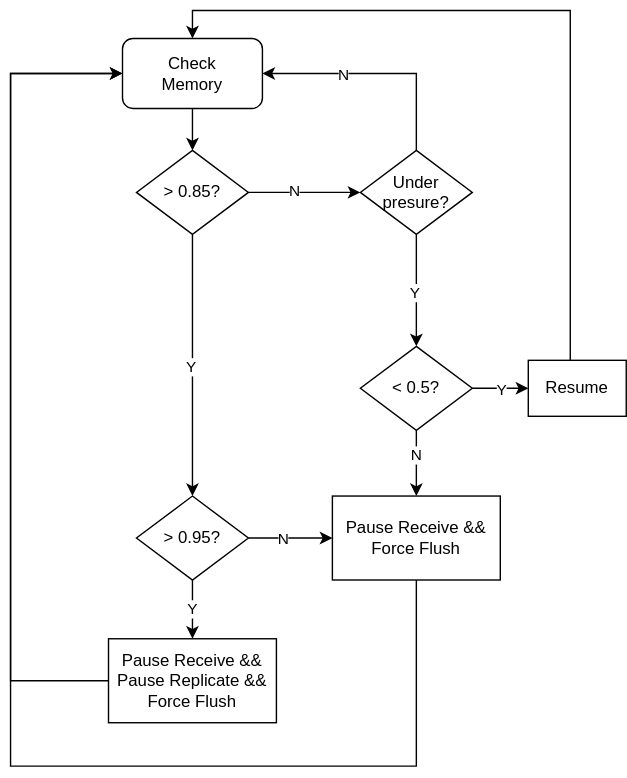
Earlier version of the draw.io export docs/assets/img/backpressure.svg (apache/celeborn). Source tidied: cells renumbered, new cells last; positions are measured from the earlier drawing's top-left corner, leaving out a move shared by most shapes. Its diagram source:
```xml
<mxGraphModel>
  <root>
    <mxCell id="0" />
    <mxCell id="1" parent="0" />
    <mxCell id="2" style="edgeStyle=orthogonalEdgeStyle;rounded=0;jettySize=auto;html=1;exitX=0.5;exitY=1;exitDx=0;exitDy=0;entryX=0.5;entryY=0;entryDx=0;entryDy=0;" parent="1" edge="1" source="3" target="8">
      <mxGeometry relative="1" as="geometry" />
    </mxCell>
    <mxCell id="3" value="Check&lt;br&gt;Memory" style="rounded=1;whiteSpace=wrap;html=1;" parent="1" vertex="1">
      <mxGeometry x="80" y="20" width="100" height="50" as="geometry" />
    </mxCell>
    <mxCell id="4" style="edgeStyle=orthogonalEdgeStyle;rounded=0;jettySize=auto;html=1;entryX=0.5;entryY=0;entryDx=0;entryDy=0;" parent="1" edge="1" source="8" target="13">
      <mxGeometry relative="1" as="geometry" />
    </mxCell>
    <mxCell id="5" value="Y" style="edgeLabel;html=1;align=center;verticalAlign=middle;" parent="4" vertex="1">
      <mxGeometry y="-2" relative="1" as="geometry" />
    </mxCell>
    <mxCell id="6" style="edgeStyle=orthogonalEdgeStyle;rounded=0;jettySize=auto;html=1;" parent="1" edge="1" source="8" target="20">
      <mxGeometry relative="1" as="geometry" />
    </mxCell>
    <mxCell id="7" value="N" style="edgeLabel;html=1;align=center;verticalAlign=middle;" parent="6" vertex="1">
      <mxGeometry x="-0.2" y="2" relative="1" as="geometry" />
    </mxCell>
    <mxCell id="8" value="&amp;gt; 0.85?" style="rhombus;whiteSpace=wrap;html=1;" parent="1" vertex="1">
      <mxGeometry x="90" y="100" width="80" height="60" as="geometry" />
    </mxCell>
    <mxCell id="9" style="edgeStyle=orthogonalEdgeStyle;rounded=0;jettySize=auto;html=1;" parent="1" edge="1" source="13" target="15">
      <mxGeometry relative="1" as="geometry" />
    </mxCell>
    <mxCell id="10" value="Y" style="edgeLabel;html=1;align=center;verticalAlign=middle;" parent="9" vertex="1">
      <mxGeometry x="-0.02" y="1" relative="1" as="geometry">
        <mxPoint x="-2" as="offset" />
      </mxGeometry>
    </mxCell>
    <mxCell id="11" style="edgeStyle=orthogonalEdgeStyle;rounded=0;jettySize=auto;html=1;entryX=0;entryY=0.5;entryDx=0;entryDy=0;" parent="1" edge="1" source="13" target="27">
      <mxGeometry relative="1" as="geometry" />
    </mxCell>
    <mxCell id="12" value="N" style="edgeLabel;html=1;align=center;verticalAlign=middle;" parent="11" vertex="1">
      <mxGeometry x="-0.2" y="-2" relative="1" as="geometry">
        <mxPoint y="-2" as="offset" />
      </mxGeometry>
    </mxCell>
    <mxCell id="13" value="&amp;gt; 0.95?" style="rhombus;whiteSpace=wrap;html=1;" parent="1" vertex="1">
      <mxGeometry x="90" y="347" width="80" height="60" as="geometry" />
    </mxCell>
    <mxCell id="14" style="edgeStyle=orthogonalEdgeStyle;rounded=0;jettySize=auto;html=1;entryX=0;entryY=0.5;entryDx=0;entryDy=0;exitX=0;exitY=0.5;exitDx=0;exitDy=0;" parent="1" edge="1" source="15" target="3">
      <mxGeometry relative="1" as="geometry">
        <Array as="points">
          <mxPoint y="479" />
          <mxPoint y="45" />
        </Array>
      </mxGeometry>
    </mxCell>
    <mxCell id="15" value="Pause Receive &amp;amp;&amp;amp;&lt;br&gt;Pause Replicate &amp;amp;&amp;amp;&lt;br&gt;Force Flush" style="whiteSpace=wrap;html=1;" parent="1" vertex="1">
      <mxGeometry x="70" y="449" width="120" height="60" as="geometry" />
    </mxCell>
    <mxCell id="16" style="edgeStyle=orthogonalEdgeStyle;rounded=0;jettySize=auto;html=1;" parent="1" edge="1" source="20" target="25">
      <mxGeometry relative="1" as="geometry" />
    </mxCell>
    <mxCell id="17" value="Y" style="edgeLabel;html=1;align=center;verticalAlign=middle;" parent="16" vertex="1">
      <mxGeometry x="0.03" y="-2" relative="1" as="geometry" />
    </mxCell>
    <mxCell id="18" style="edgeStyle=orthogonalEdgeStyle;rounded=0;jettySize=auto;html=1;entryX=1;entryY=0.5;entryDx=0;entryDy=0;" parent="1" edge="1" source="20" target="3">
      <mxGeometry relative="1" as="geometry">
        <Array as="points">
          <mxPoint x="290" y="45" />
        </Array>
      </mxGeometry>
    </mxCell>
    <mxCell id="19" value="N" style="edgeLabel;html=1;align=center;verticalAlign=middle;" parent="18" vertex="1">
      <mxGeometry x="0.31" y="4" relative="1" as="geometry">
        <mxPoint y="-4" as="offset" />
      </mxGeometry>
    </mxCell>
    <mxCell id="20" value="Under&lt;br&gt;presure?" style="rhombus;whiteSpace=wrap;html=1;" parent="1" vertex="1">
      <mxGeometry x="250" y="100" width="80" height="60" as="geometry" />
    </mxCell>
    <mxCell id="21" style="edgeStyle=orthogonalEdgeStyle;rounded=0;jettySize=auto;html=1;" parent="1" edge="1" source="25" target="27">
      <mxGeometry relative="1" as="geometry" />
    </mxCell>
    <mxCell id="22" value="N" style="edgeLabel;html=1;align=center;verticalAlign=middle;" parent="21" vertex="1">
      <mxGeometry x="-0.28" y="-4" relative="1" as="geometry">
        <mxPoint x="3" as="offset" />
      </mxGeometry>
    </mxCell>
    <mxCell id="23" style="edgeStyle=orthogonalEdgeStyle;rounded=0;jettySize=auto;html=1;" parent="1" edge="1" source="25" target="29">
      <mxGeometry relative="1" as="geometry" />
    </mxCell>
    <mxCell id="24" value="Y" style="edgeLabel;html=1;align=center;verticalAlign=middle;" parent="23" vertex="1">
      <mxGeometry x="-0.64" y="-1" relative="1" as="geometry">
        <mxPoint x="13" y="-1" as="offset" />
      </mxGeometry>
    </mxCell>
    <mxCell id="25" value="&amp;lt; 0.5?" style="rhombus;whiteSpace=wrap;html=1;" parent="1" vertex="1">
      <mxGeometry x="250" y="240" width="80" height="60" as="geometry" />
    </mxCell>
    <mxCell id="26" style="edgeStyle=orthogonalEdgeStyle;rounded=0;jettySize=auto;html=1;entryX=0;entryY=0.5;entryDx=0;entryDy=0;" parent="1" edge="1" source="27" target="3">
      <mxGeometry relative="1" as="geometry">
        <Array as="points">
          <mxPoint x="290" y="540" />
          <mxPoint y="540" />
          <mxPoint y="45" />
        </Array>
      </mxGeometry>
    </mxCell>
    <mxCell id="27" value="Pause Receive &amp;amp;&amp;amp;&lt;br&gt;Force Flush" style="whiteSpace=wrap;html=1;" parent="1" vertex="1">
      <mxGeometry x="230" y="347" width="120" height="60" as="geometry" />
    </mxCell>
    <mxCell id="28" style="edgeStyle=orthogonalEdgeStyle;rounded=0;jettySize=auto;html=1;entryX=0.5;entryY=0;entryDx=0;entryDy=0;" parent="1" edge="1" source="29" target="3">
      <mxGeometry relative="1" as="geometry">
        <Array as="points">
          <mxPoint x="400" />
          <mxPoint x="130" />
        </Array>
      </mxGeometry>
    </mxCell>
    <mxCell id="29" value="Resume" style="whiteSpace=wrap;html=1;" parent="1" vertex="1">
      <mxGeometry x="370" y="250" width="70" height="40" as="geometry" />
    </mxCell>
  </root>
</mxGraphModel>
```
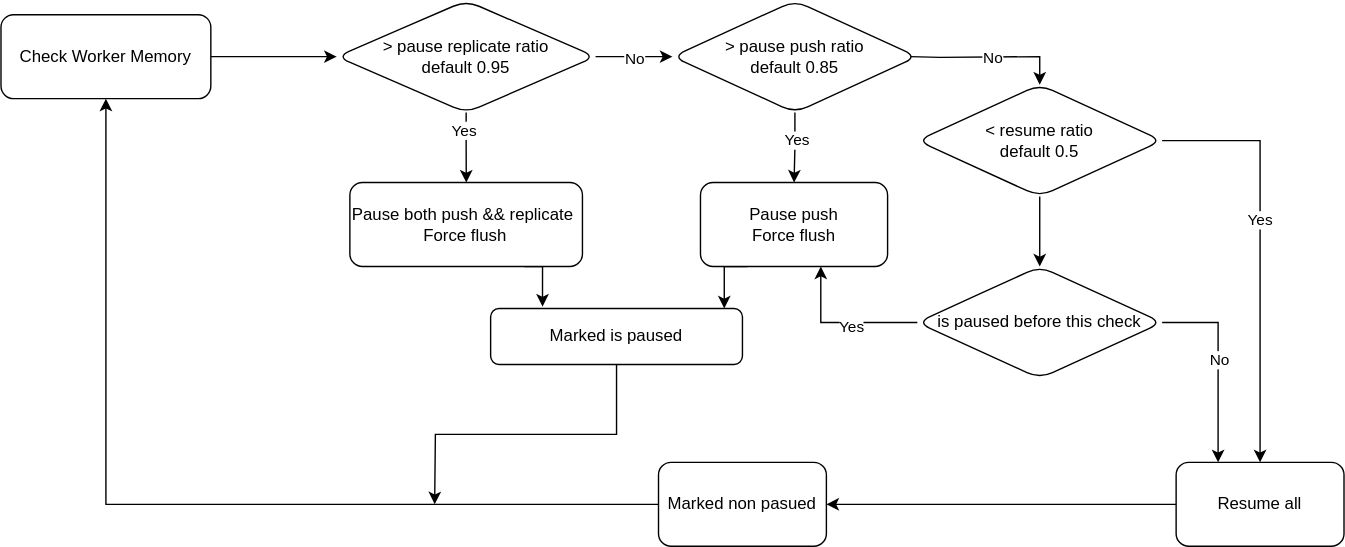
After the change.

Commit message:
[CELEBORN-905]Redraw the flowchart backpressure.svg after worker pause logic is reconstructed

The edit, as a diff of the source:
```diff
@@ -2,119 +2,106 @@
   <root>
     <mxCell id="0" />
     <mxCell id="1" parent="0" />
-    <mxCell id="2" style="edgeStyle=orthogonalEdgeStyle;rounded=0;jettySize=auto;html=1;exitX=0.5;exitY=1;exitDx=0;exitDy=0;entryX=0.5;entryY=0;entryDx=0;entryDy=0;" parent="1" edge="1" source="3" target="8">
-      <mxGeometry relative="1" as="geometry" />
-    </mxCell>
-    <mxCell id="3" value="Check&lt;br&gt;Memory" style="rounded=1;whiteSpace=wrap;html=1;" parent="1" vertex="1">
-      <mxGeometry x="80" y="20" width="100" height="50" as="geometry" />
-    </mxCell>
-    <mxCell id="4" style="edgeStyle=orthogonalEdgeStyle;rounded=0;jettySize=auto;html=1;entryX=0.5;entryY=0;entryDx=0;entryDy=0;" parent="1" edge="1" source="8" target="13">
-      <mxGeometry relative="1" as="geometry" />
-    </mxCell>
-    <mxCell id="5" value="Y" style="edgeLabel;html=1;align=center;verticalAlign=middle;" parent="4" vertex="1">
-      <mxGeometry y="-2" relative="1" as="geometry" />
-    </mxCell>
-    <mxCell id="6" style="edgeStyle=orthogonalEdgeStyle;rounded=0;jettySize=auto;html=1;" parent="1" edge="1" source="8" target="20">
-      <mxGeometry relative="1" as="geometry" />
-    </mxCell>
-    <mxCell id="7" value="N" style="edgeLabel;html=1;align=center;verticalAlign=middle;" parent="6" vertex="1">
-      <mxGeometry x="-0.2" y="2" relative="1" as="geometry" />
-    </mxCell>
-    <mxCell id="8" value="&amp;gt; 0.85?" style="rhombus;whiteSpace=wrap;html=1;" parent="1" vertex="1">
-      <mxGeometry x="90" y="100" width="80" height="60" as="geometry" />
-    </mxCell>
-    <mxCell id="9" style="edgeStyle=orthogonalEdgeStyle;rounded=0;jettySize=auto;html=1;" parent="1" edge="1" source="13" target="15">
-      <mxGeometry relative="1" as="geometry" />
-    </mxCell>
-    <mxCell id="10" value="Y" style="edgeLabel;html=1;align=center;verticalAlign=middle;" parent="9" vertex="1">
-      <mxGeometry x="-0.02" y="1" relative="1" as="geometry">
-        <mxPoint x="-2" as="offset" />
-      </mxGeometry>
-    </mxCell>
-    <mxCell id="11" style="edgeStyle=orthogonalEdgeStyle;rounded=0;jettySize=auto;html=1;entryX=0;entryY=0.5;entryDx=0;entryDy=0;" parent="1" edge="1" source="13" target="27">
-      <mxGeometry relative="1" as="geometry" />
-    </mxCell>
-    <mxCell id="12" value="N" style="edgeLabel;html=1;align=center;verticalAlign=middle;" parent="11" vertex="1">
-      <mxGeometry x="-0.2" y="-2" relative="1" as="geometry">
-        <mxPoint y="-2" as="offset" />
-      </mxGeometry>
-    </mxCell>
-    <mxCell id="13" value="&amp;gt; 0.95?" style="rhombus;whiteSpace=wrap;html=1;" parent="1" vertex="1">
-      <mxGeometry x="90" y="347" width="80" height="60" as="geometry" />
-    </mxCell>
-    <mxCell id="14" style="edgeStyle=orthogonalEdgeStyle;rounded=0;jettySize=auto;html=1;entryX=0;entryY=0.5;entryDx=0;entryDy=0;exitX=0;exitY=0.5;exitDx=0;exitDy=0;" parent="1" edge="1" source="15" target="3">
-      <mxGeometry relative="1" as="geometry">
-        <Array as="points">
-          <mxPoint y="479" />
-          <mxPoint y="45" />
-        </Array>
-      </mxGeometry>
-    </mxCell>
-    <mxCell id="15" value="Pause Receive &amp;amp;&amp;amp;&lt;br&gt;Pause Replicate &amp;amp;&amp;amp;&lt;br&gt;Force Flush" style="whiteSpace=wrap;html=1;" parent="1" vertex="1">
-      <mxGeometry x="70" y="449" width="120" height="60" as="geometry" />
-    </mxCell>
-    <mxCell id="16" style="edgeStyle=orthogonalEdgeStyle;rounded=0;jettySize=auto;html=1;" parent="1" edge="1" source="20" target="25">
-      <mxGeometry relative="1" as="geometry" />
-    </mxCell>
-    <mxCell id="17" value="Y" style="edgeLabel;html=1;align=center;verticalAlign=middle;" parent="16" vertex="1">
-      <mxGeometry x="0.03" y="-2" relative="1" as="geometry" />
-    </mxCell>
-    <mxCell id="18" style="edgeStyle=orthogonalEdgeStyle;rounded=0;jettySize=auto;html=1;entryX=1;entryY=0.5;entryDx=0;entryDy=0;" parent="1" edge="1" source="20" target="3">
-      <mxGeometry relative="1" as="geometry">
-        <Array as="points">
-          <mxPoint x="290" y="45" />
-        </Array>
-      </mxGeometry>
-    </mxCell>
-    <mxCell id="19" value="N" style="edgeLabel;html=1;align=center;verticalAlign=middle;" parent="18" vertex="1">
-      <mxGeometry x="0.31" y="4" relative="1" as="geometry">
-        <mxPoint y="-4" as="offset" />
-      </mxGeometry>
-    </mxCell>
-    <mxCell id="20" value="Under&lt;br&gt;presure?" style="rhombus;whiteSpace=wrap;html=1;" parent="1" vertex="1">
-      <mxGeometry x="250" y="100" width="80" height="60" as="geometry" />
-    </mxCell>
-    <mxCell id="21" style="edgeStyle=orthogonalEdgeStyle;rounded=0;jettySize=auto;html=1;" parent="1" edge="1" source="25" target="27">
-      <mxGeometry relative="1" as="geometry" />
-    </mxCell>
-    <mxCell id="22" value="N" style="edgeLabel;html=1;align=center;verticalAlign=middle;" parent="21" vertex="1">
-      <mxGeometry x="-0.28" y="-4" relative="1" as="geometry">
-        <mxPoint x="3" as="offset" />
-      </mxGeometry>
-    </mxCell>
-    <mxCell id="23" style="edgeStyle=orthogonalEdgeStyle;rounded=0;jettySize=auto;html=1;" parent="1" edge="1" source="25" target="29">
-      <mxGeometry relative="1" as="geometry" />
-    </mxCell>
-    <mxCell id="24" value="Y" style="edgeLabel;html=1;align=center;verticalAlign=middle;" parent="23" vertex="1">
-      <mxGeometry x="-0.64" y="-1" relative="1" as="geometry">
-        <mxPoint x="13" y="-1" as="offset" />
-      </mxGeometry>
-    </mxCell>
-    <mxCell id="25" value="&amp;lt; 0.5?" style="rhombus;whiteSpace=wrap;html=1;" parent="1" vertex="1">
-      <mxGeometry x="250" y="240" width="80" height="60" as="geometry" />
-    </mxCell>
-    <mxCell id="26" style="edgeStyle=orthogonalEdgeStyle;rounded=0;jettySize=auto;html=1;entryX=0;entryY=0.5;entryDx=0;entryDy=0;" parent="1" edge="1" source="27" target="3">
-      <mxGeometry relative="1" as="geometry">
-        <Array as="points">
-          <mxPoint x="290" y="540" />
-          <mxPoint y="540" />
-          <mxPoint y="45" />
-        </Array>
-      </mxGeometry>
-    </mxCell>
-    <mxCell id="27" value="Pause Receive &amp;amp;&amp;amp;&lt;br&gt;Force Flush" style="whiteSpace=wrap;html=1;" parent="1" vertex="1">
-      <mxGeometry x="230" y="347" width="120" height="60" as="geometry" />
-    </mxCell>
-    <mxCell id="28" style="edgeStyle=orthogonalEdgeStyle;rounded=0;jettySize=auto;html=1;entryX=0.5;entryY=0;entryDx=0;entryDy=0;" parent="1" edge="1" source="29" target="3">
-      <mxGeometry relative="1" as="geometry">
-        <Array as="points">
-          <mxPoint x="400" />
-          <mxPoint x="130" />
-        </Array>
-      </mxGeometry>
-    </mxCell>
-    <mxCell id="29" value="Resume" style="whiteSpace=wrap;html=1;" parent="1" vertex="1">
-      <mxGeometry x="370" y="250" width="70" height="40" as="geometry" />
-    </mxCell>
+    <mxCell id="30" value="&amp;gt; pause replicate ratio&lt;br&gt;default 0.95" style="rhombus;whiteSpace=wrap;html=1;rounded=1;" parent="1" vertex="1">
+      <mxGeometry y="-130" width="185" height="80" as="geometry" />
+    </mxCell>
+    <mxCell id="31" style="edgeStyle=orthogonalEdgeStyle;rounded=0;jettySize=auto;html=1;exitX=1;exitY=0.5;exitDx=0;exitDy=0;entryX=0;entryY=0.5;entryDx=0;entryDy=0;" parent="1" edge="1" source="32" target="30">
+      <mxGeometry relative="1" as="geometry" />
+    </mxCell>
+    <mxCell id="32" value="Check Worker Memory" style="rounded=1;whiteSpace=wrap;html=1;" parent="1" vertex="1">
+      <mxGeometry x="-240" y="-120" width="150" height="60" as="geometry" />
+    </mxCell>
+    <mxCell id="33" style="edgeStyle=orthogonalEdgeStyle;rounded=0;jettySize=auto;html=1;exitX=1;exitY=0.5;exitDx=0;exitDy=0;entryX=0;entryY=0.5;entryDx=0;entryDy=0;" parent="1" edge="1" source="30" target="41">
+      <mxGeometry relative="1" as="geometry" />
+    </mxCell>
+    <mxCell id="34" value="No" style="edgeLabel;html=1;align=center;verticalAlign=middle;" parent="33" vertex="1">
+      <mxGeometry x="-0.02" y="-1" relative="1" as="geometry" />
+    </mxCell>
+    <mxCell id="35" style="edgeStyle=orthogonalEdgeStyle;rounded=0;jettySize=auto;html=1;" parent="1" edge="1" source="30" target="54">
+      <mxGeometry relative="1" as="geometry" />
+    </mxCell>
+    <mxCell id="36" value="Yes" style="edgeLabel;html=1;align=center;verticalAlign=middle;" parent="35" vertex="1">
+      <mxGeometry x="-0.52" y="-2" relative="1" as="geometry" />
+    </mxCell>
+    <mxCell id="37" style="edgeStyle=orthogonalEdgeStyle;rounded=0;jettySize=auto;html=1;exitX=1;exitY=0.5;exitDx=0;exitDy=0;entryX=0.5;entryY=0;entryDx=0;entryDy=0;" parent="1" edge="1" target="45">
+      <mxGeometry relative="1" as="geometry">
+        <mxPoint x="410" y="-90" as="sourcePoint" />
+      </mxGeometry>
+    </mxCell>
+    <mxCell id="38" value="No" style="edgeLabel;html=1;align=center;verticalAlign=middle;" parent="37" vertex="1">
+      <mxGeometry x="0.02" y="-3" relative="1" as="geometry">
+        <mxPoint x="1" y="-3" as="offset" />
+      </mxGeometry>
+    </mxCell>
+    <mxCell id="39" style="edgeStyle=orthogonalEdgeStyle;rounded=0;jettySize=auto;html=1;" parent="1" edge="1" source="41" target="56">
+      <mxGeometry relative="1" as="geometry" />
+    </mxCell>
+    <mxCell id="40" value="Yes" style="edgeLabel;html=1;align=center;verticalAlign=middle;" parent="39" vertex="1">
+      <mxGeometry x="-0.24" y="1" relative="1" as="geometry" />
+    </mxCell>
+    <mxCell id="41" value="&amp;gt; pause push ratio&lt;br&gt;default 0.85" style="rhombus;whiteSpace=wrap;html=1;rounded=1;" parent="1" vertex="1">
+      <mxGeometry x="240" y="-130" width="175" height="80" as="geometry" />
+    </mxCell>
+    <mxCell id="42" style="edgeStyle=orthogonalEdgeStyle;rounded=0;jettySize=auto;html=1;exitX=1;exitY=0.5;exitDx=0;exitDy=0;" parent="1" edge="1" source="45" target="58">
+      <mxGeometry relative="1" as="geometry" />
+    </mxCell>
+    <mxCell id="43" value="Yes" style="edgeLabel;html=1;align=center;verticalAlign=middle;" parent="42" vertex="1">
+      <mxGeometry x="-0.16" y="-1" relative="1" as="geometry" />
+    </mxCell>
+    <mxCell id="44" style="edgeStyle=orthogonalEdgeStyle;rounded=0;jettySize=auto;html=1;exitX=0.5;exitY=1;exitDx=0;exitDy=0;entryX=0.5;entryY=0;entryDx=0;entryDy=0;" parent="1" edge="1" source="45" target="50">
+      <mxGeometry relative="1" as="geometry" />
+    </mxCell>
+    <mxCell id="45" value="&amp;lt; resume ratio&lt;br&gt;default 0.5" style="rhombus;whiteSpace=wrap;html=1;rounded=1;" parent="1" vertex="1">
+      <mxGeometry x="415" y="-70" width="175" height="80" as="geometry" />
+    </mxCell>
+    <mxCell id="46" style="edgeStyle=orthogonalEdgeStyle;rounded=0;jettySize=auto;html=1;exitX=0;exitY=0.5;exitDx=0;exitDy=0;entryX=0.643;entryY=1;entryDx=0;entryDy=0;entryPerimeter=0;" parent="1" edge="1" source="50" target="56">
+      <mxGeometry relative="1" as="geometry" />
+    </mxCell>
+    <mxCell id="47" value="Yes" style="edgeLabel;html=1;align=center;verticalAlign=middle;" parent="46" vertex="1">
+      <mxGeometry x="-0.12" y="2" relative="1" as="geometry" />
+    </mxCell>
+    <mxCell id="48" style="edgeStyle=orthogonalEdgeStyle;rounded=0;jettySize=auto;html=1;exitX=1;exitY=0.5;exitDx=0;exitDy=0;entryX=0.25;entryY=0;entryDx=0;entryDy=0;" parent="1" edge="1" source="50" target="58">
+      <mxGeometry relative="1" as="geometry" />
+    </mxCell>
+    <mxCell id="49" value="No" style="edgeLabel;html=1;align=center;verticalAlign=middle;" parent="48" vertex="1">
+      <mxGeometry x="-0.06" relative="1" as="geometry" />
+    </mxCell>
+    <mxCell id="50" value="is paused before this check" style="rhombus;whiteSpace=wrap;html=1;rounded=1;" parent="1" vertex="1">
+      <mxGeometry x="415" y="60" width="175" height="80" as="geometry" />
+    </mxCell>
+    <mxCell id="51" style="edgeStyle=orthogonalEdgeStyle;rounded=0;jettySize=auto;html=1;exitX=0.5;exitY=1;exitDx=0;exitDy=0;" parent="1" edge="1" source="52">
+      <mxGeometry relative="1" as="geometry">
+        <mxPoint x="70" y="230" as="targetPoint" />
+      </mxGeometry>
+    </mxCell>
+    <mxCell id="52" value="Marked is paused" style="whiteSpace=wrap;html=1;rounded=1;" parent="1" vertex="1">
+      <mxGeometry x="110" y="90" width="180" height="40" as="geometry" />
+    </mxCell>
+    <mxCell id="53" style="edgeStyle=orthogonalEdgeStyle;rounded=0;jettySize=auto;html=1;exitX=0.75;exitY=1;exitDx=0;exitDy=0;entryX=0.206;entryY=-0.033;entryDx=0;entryDy=0;entryPerimeter=0;" parent="1" edge="1" source="54" target="52">
+      <mxGeometry relative="1" as="geometry" />
+    </mxCell>
+    <mxCell id="54" value="Pause both push &amp;amp;&amp;amp; replicate&amp;nbsp;&lt;br&gt;Force flush" style="whiteSpace=wrap;html=1;rounded=1;" parent="1" vertex="1">
+      <mxGeometry x="9.4" width="166.2" height="60" as="geometry" />
+    </mxCell>
+    <mxCell id="55" style="edgeStyle=orthogonalEdgeStyle;rounded=0;jettySize=auto;html=1;exitX=0.25;exitY=1;exitDx=0;exitDy=0;" parent="1" edge="1" source="56">
+      <mxGeometry relative="1" as="geometry">
+        <mxPoint x="277" y="90" as="targetPoint" />
+      </mxGeometry>
+    </mxCell>
+    <mxCell id="56" value="Pause push&lt;br&gt;Force flush" style="whiteSpace=wrap;html=1;rounded=1;" parent="1" vertex="1">
+      <mxGeometry x="260" width="133.8" height="60" as="geometry" />
+    </mxCell>
+    <mxCell id="57" style="edgeStyle=orthogonalEdgeStyle;rounded=0;jettySize=auto;html=1;exitX=0;exitY=0.5;exitDx=0;exitDy=0;entryX=1;entryY=0.5;entryDx=0;entryDy=0;" parent="1" edge="1" source="58" target="60">
+      <mxGeometry relative="1" as="geometry" />
+    </mxCell>
+    <mxCell id="58" value="Resume all" style="whiteSpace=wrap;html=1;rounded=1;" parent="1" vertex="1">
+      <mxGeometry x="600" y="200" width="120" height="60" as="geometry" />
+    </mxCell>
+    <mxCell id="59" style="edgeStyle=orthogonalEdgeStyle;rounded=0;jettySize=auto;html=1;exitX=0;exitY=0.5;exitDx=0;exitDy=0;entryX=0.5;entryY=1;entryDx=0;entryDy=0;" parent="1" edge="1" source="60" target="32">
+      <mxGeometry relative="1" as="geometry" />
+    </mxCell>
+    <mxCell id="60" value="Marked non pasued" style="rounded=1;whiteSpace=wrap;html=1;" parent="1" vertex="1">
+      <mxGeometry x="230" y="200" width="120" height="60" as="geometry" />
+    </mxCell>
   </root>
 </mxGraphModel>
```
